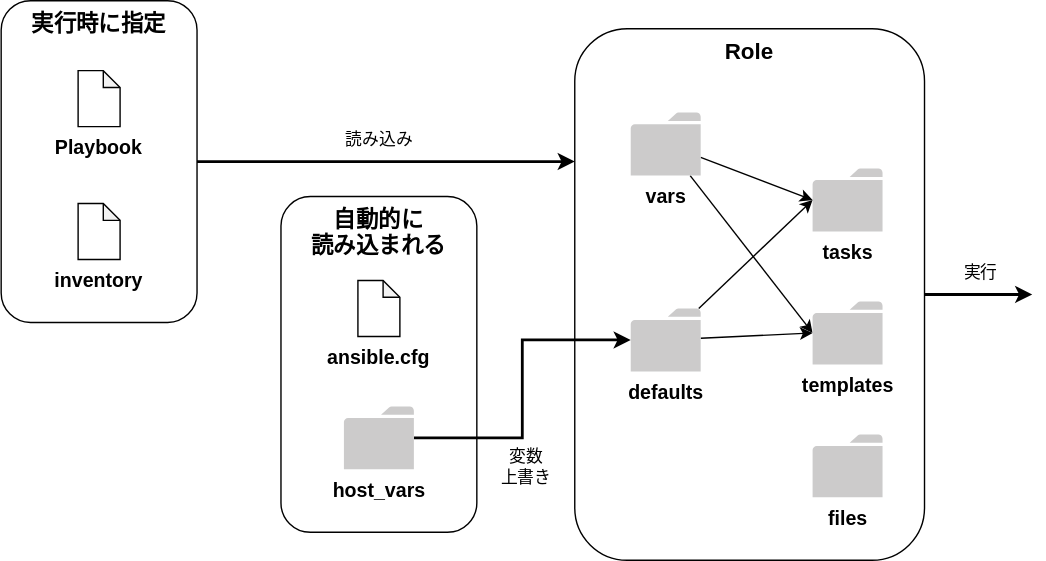
Earlier version of the draw.io export lesson/03_practice/img/role.drawio.svg (infra-handson/ansible-training). Source tidied: cells renumbered, new cells last; positions are measured from the earlier drawing's top-left corner, leaving out a move shared by most shapes.
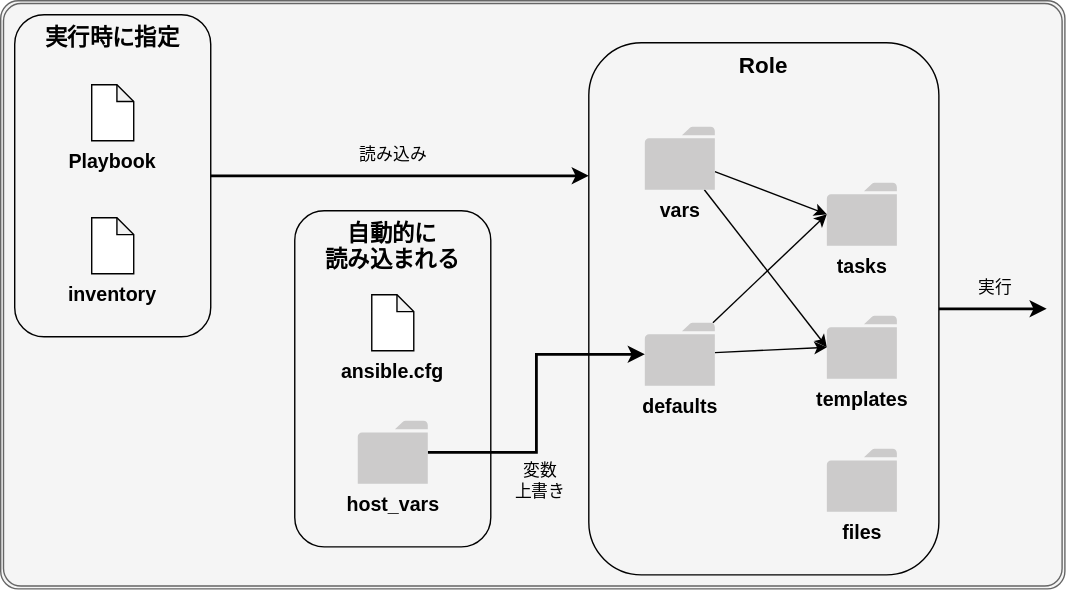
Later version of the same file.

Change to the diagram source:
```diff
@@ -2,6 +2,9 @@
   <root>
     <mxCell id="0" />
     <mxCell id="1" parent="0" />
+    <mxCell id="24" style="shape=ext;double=1;rounded=1;whiteSpace=wrap;html=1;arcSize=3;fillColor=#f5f5f5;fontColor=#333333;strokeColor=#666666;" parent="1" vertex="1">
+      <mxGeometry x="-10" y="-10" width="760" height="420" as="geometry" />
+    </mxCell>
     <mxCell id="2" value="自動的に&lt;br&gt;読み込まれる" style="rounded=1;whiteSpace=wrap;html=1;fontSize=16;fillColor=none;verticalAlign=top;fontStyle=1;" parent="1" vertex="1">
       <mxGeometry x="200" y="140" width="140" height="240" as="geometry" />
     </mxCell>
```
